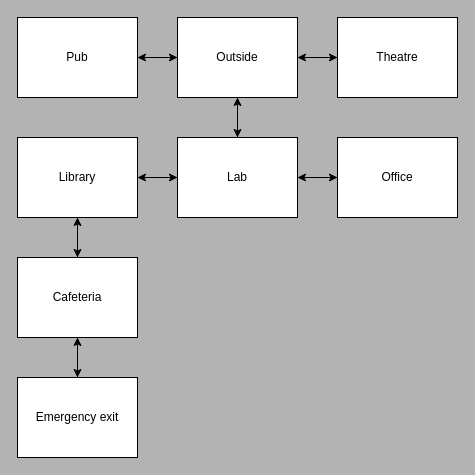
This is src/roomsmap.drawio from ismailsenyurt/Zuul, a draw.io file, before an edit. Source tidied: cells renumbered, new cells numbered last; positions are measured from the earlier drawing's top-left corner, leaving out a move shared by most shapes. Both pictures are drawn from the tidied source at 100%, with x=0, y=0 at pixel (17, 17).
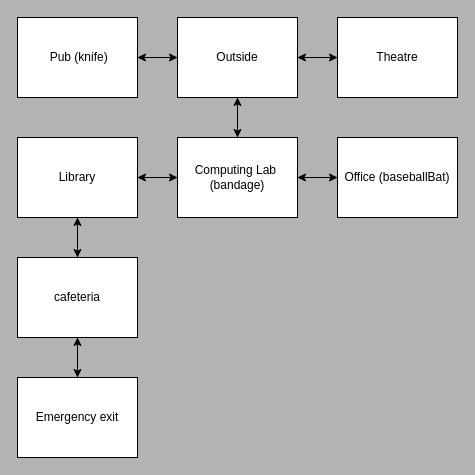
After the change.

The edit, as a diff of the source:
```diff
@@
-    <mxCell id="9" value="Pub" style="html=1;whiteSpace=wrap;" parent="1" vertex="1">
+    <mxCell id="9" value="&amp;nbsp;Pub (knife)" style="html=1;whiteSpace=wrap;" parent="1" vertex="1">
       <mxGeometry width="120" height="80" as="geometry" />
     </mxCell>
@@
-    <mxCell id="13" value="Lab" style="html=1;whiteSpace=wrap;" parent="1" vertex="1">
+    <mxCell id="13" value="Computing Lab&amp;nbsp;&lt;div&gt;(bandage)&lt;/div&gt;" style="html=1;whiteSpace=wrap;" parent="1" vertex="1">
       <mxGeometry x="160" y="120" width="120" height="80" as="geometry" />
     </mxCell>
@@
-    <mxCell id="15" value="Office" style="html=1;whiteSpace=wrap;" parent="1" vertex="1">
+    <mxCell id="15" value="Office (baseballBat)" style="html=1;whiteSpace=wrap;" parent="1" vertex="1">
       <mxGeometry x="320" y="120" width="120" height="80" as="geometry" />
     </mxCell>
@@
-    <mxCell id="21" value="Cafeteria" style="html=1;whiteSpace=wrap;" parent="1" vertex="1">
+    <mxCell id="21" value="cafeteria" style="html=1;whiteSpace=wrap;" parent="1" vertex="1">
       <mxGeometry y="240" width="120" height="80" as="geometry" />
     </mxCell>
```
